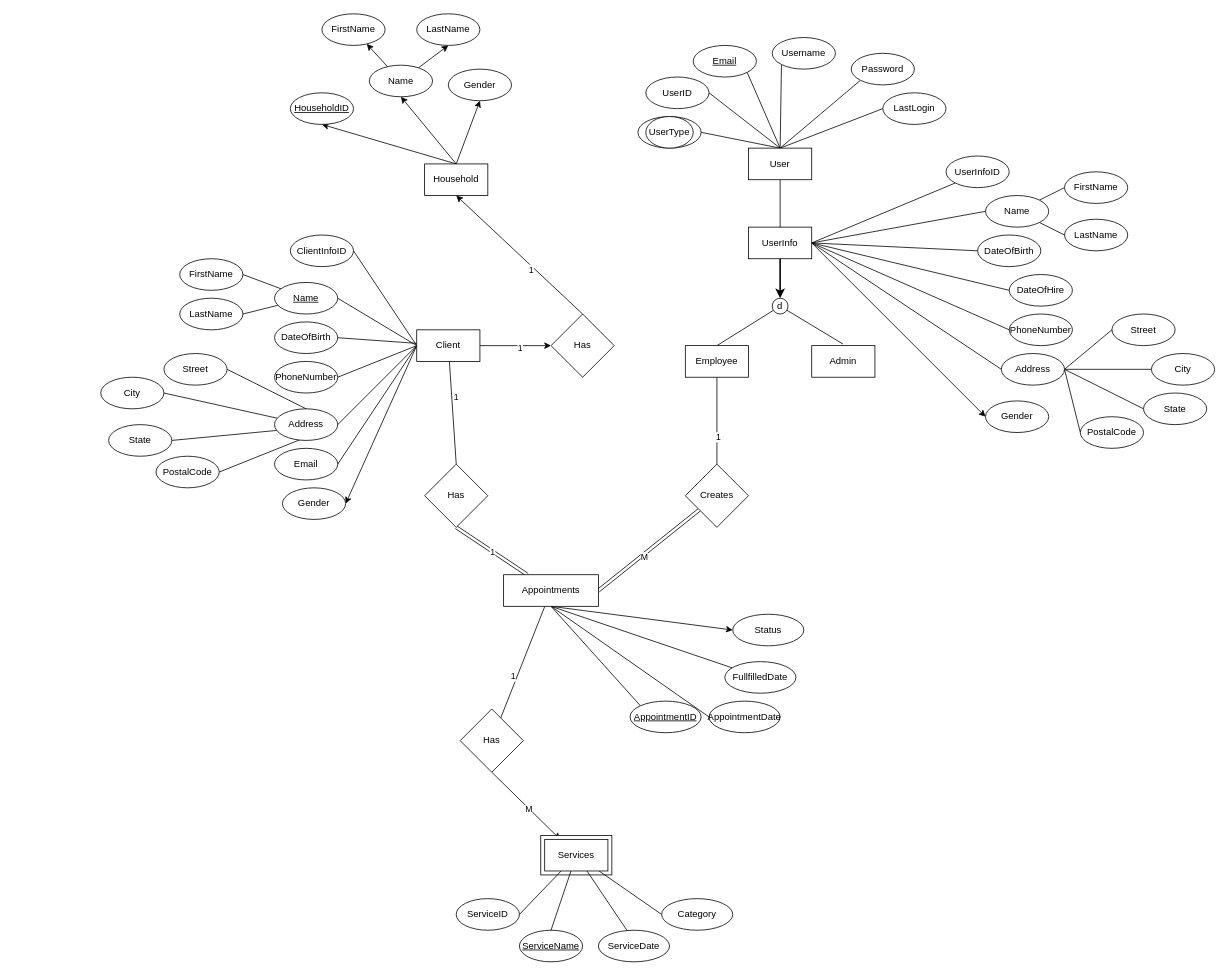
Above: docs/EER Client-intake-wa.drawio in cjonikes/client-intake-wa (draw.io), before the change. Source tidied: cells renumbered, new cells numbered last; positions are measured from the earlier drawing's top-left corner, leaving out a move shared by most shapes. Both pictures are drawn from the tidied source at 79%, with x=0, y=0 at pixel (100, 13).
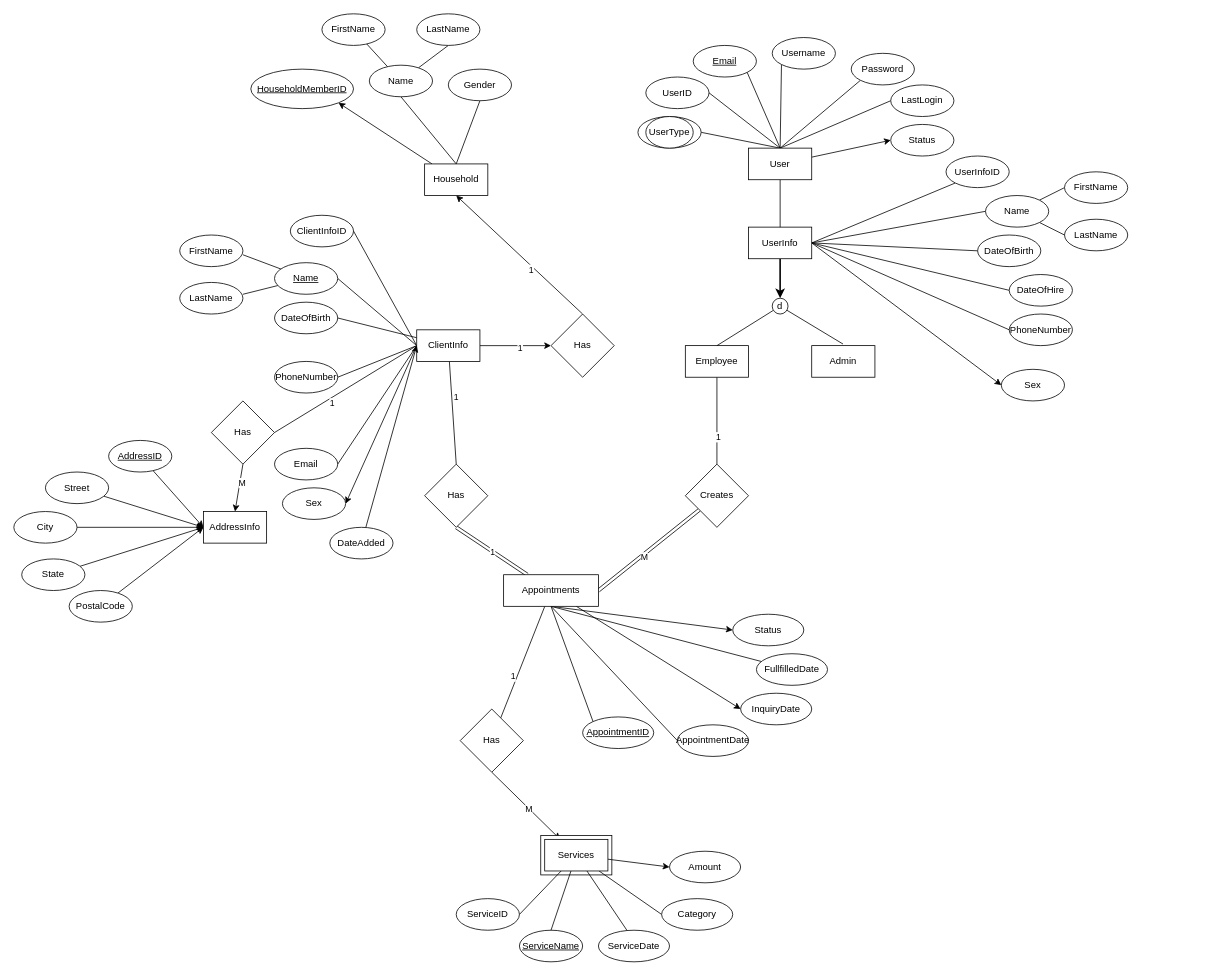
The same page after the edit.

Commit message (it also covers changes not shown here):
Schema, EER & EER2REL added.

The change refers to these unchanged cells:
```xml
<mxCell id="14" value="UserInfo" style="rounded=0;whiteSpace=wrap;html=1;" parent="1" vertex="1">
  <mxGeometry x="820" y="270" width="80" height="40" as="geometry" />
</mxCell>
<mxCell id="36" value="User" style="rounded=0;whiteSpace=wrap;html=1;" parent="1" vertex="1">
  <mxGeometry x="820" y="170" width="80" height="40" as="geometry" />
</mxCell>
<mxCell id="92" value="Appointments" style="rounded=0;whiteSpace=wrap;html=1;" parent="1" vertex="1">
  <mxGeometry x="510" y="710" width="120" height="40" as="geometry" />
</mxCell>
<mxCell id="98" value="Household" style="rounded=0;whiteSpace=wrap;html=1;" parent="1" vertex="1">
  <mxGeometry x="410" y="190" width="80" height="40" as="geometry" />
</mxCell>
<mxCell id="111" value="Services" style="rounded=0;whiteSpace=wrap;html=1;" parent="1" vertex="1">
  <mxGeometry x="562" y="1045" width="80" height="40" as="geometry" />
</mxCell>
<mxCell id="116" value="Name" style="ellipse;whiteSpace=wrap;html=1;" parent="1" vertex="1">
  <mxGeometry x="340" y="65" width="80" height="40" as="geometry" />
</mxCell>
<mxCell id="117" value="LastName" style="ellipse;whiteSpace=wrap;html=1;" parent="1" vertex="1">
  <mxGeometry x="400" width="80" height="40" as="geometry" />
</mxCell>
<mxCell id="118" value="FirstName" style="ellipse;whiteSpace=wrap;html=1;" parent="1" vertex="1">
  <mxGeometry x="280" width="80" height="40" as="geometry" />
</mxCell>
<mxCell id="124" value="Gender" style="ellipse;whiteSpace=wrap;html=1;" parent="1" vertex="1">
  <mxGeometry x="440" y="70" width="80" height="40" as="geometry" />
</mxCell>
```

The edit, as a diff of the source:
```diff
@@
-    <mxCell id="11" style="rounded=0;jettySize=auto;html=1;entryX=0;entryY=0.5;entryDx=0;entryDy=0;exitX=1;exitY=0.5;exitDx=0;exitDy=0;endArrow=none;startFill=0;" parent="1" edge="1" source="14" target="55">
-      <mxGeometry relative="1" as="geometry" />
-    </mxCell>
@@
-    <mxCell id="19" style="rounded=0;jettySize=auto;html=1;entryX=1;entryY=0.5;entryDx=0;entryDy=0;exitX=0;exitY=0.5;exitDx=0;exitDy=0;endArrow=none;startFill=0;" parent="1" edge="1" source="26" target="72">
+    <mxCell id="19" style="rounded=0;jettySize=auto;html=1;entryX=1;entryY=0.5;entryDx=0;entryDy=0;exitX=0;exitY=0.5;exitDx=0;exitDy=0;endArrow=none;startFill=0;" parent="1" edge="1" source="26" target="145">
       <mxGeometry relative="1" as="geometry" />
     </mxCell>
+    <mxCell id="127" value="1" style="edgeLabel;html=1;align=center;verticalAlign=middle;" parent="19" vertex="1">
+      <mxGeometry x="0.23" y="6" relative="1" as="geometry" />
+    </mxCell>
@@
-    <mxCell id="26" value="Client" style="rounded=0;whiteSpace=wrap;html=1;" parent="1" vertex="1">
+    <mxCell id="26" value="ClientInfo" style="rounded=0;whiteSpace=wrap;html=1;" parent="1" vertex="1">
       <mxGeometry x="400" y="400" width="80" height="40" as="geometry" />
     </mxCell>
@@
+    <mxCell id="128" style="edgeStyle=none;html=1;entryX=0;entryY=0.5;entryDx=0;entryDy=0;" parent="1" edge="1" source="36" target="136">
+      <mxGeometry relative="1" as="geometry" />
+    </mxCell>
@@
     <mxCell id="39" value="LastLogin" style="ellipse;whiteSpace=wrap;html=1;" parent="1" vertex="1">
-      <mxGeometry x="990" y="100" width="80" height="40" as="geometry" />
+      <mxGeometry x="1000" y="90" width="80" height="40" as="geometry" />
     </mxCell>
@@
-    <mxCell id="51" style="rounded=0;jettySize=auto;html=1;entryX=0;entryY=0.5;entryDx=0;entryDy=0;exitX=1;exitY=0.5;exitDx=0;exitDy=0;endArrow=none;startFill=0;" parent="1" edge="1" source="55" target="56">
-      <mxGeometry relative="1" as="geometry" />
-    </mxCell>
-    <mxCell id="52" style="rounded=0;jettySize=auto;html=1;entryX=0;entryY=0.5;entryDx=0;entryDy=0;endArrow=none;startFill=0;" parent="1" edge="1" source="55" target="57">
-      <mxGeometry relative="1" as="geometry" />
-    </mxCell>
-    <mxCell id="53" style="rounded=0;jettySize=auto;html=1;entryX=0;entryY=0.5;entryDx=0;entryDy=0;exitX=1;exitY=0.5;exitDx=0;exitDy=0;endArrow=none;startFill=0;" parent="1" edge="1" source="55" target="58">
-      <mxGeometry relative="1" as="geometry" />
-    </mxCell>
-    <mxCell id="54" style="rounded=0;jettySize=auto;html=1;entryX=0;entryY=0.5;entryDx=0;entryDy=0;exitX=1;exitY=0.5;exitDx=0;exitDy=0;endArrow=none;startFill=0;" parent="1" edge="1" source="55" target="59">
-      <mxGeometry relative="1" as="geometry" />
-    </mxCell>
-    <mxCell id="55" value="Address" style="ellipse;whiteSpace=wrap;html=1;" parent="1" vertex="1">
-      <mxGeometry x="1140" y="430" width="80" height="40" as="geometry" />
-    </mxCell>
-    <mxCell id="56" value="Street" style="ellipse;whiteSpace=wrap;html=1;" parent="1" vertex="1">
-      <mxGeometry x="1280" y="380" width="80" height="40" as="geometry" />
-    </mxCell>
-    <mxCell id="57" value="City" style="ellipse;whiteSpace=wrap;html=1;" parent="1" vertex="1">
-      <mxGeometry x="1330" y="430" width="80" height="40" as="geometry" />
-    </mxCell>
-    <mxCell id="58" value="State" style="ellipse;whiteSpace=wrap;html=1;" parent="1" vertex="1">
-      <mxGeometry x="1320" y="480" width="80" height="40" as="geometry" />
-    </mxCell>
-    <mxCell id="59" value="PostalCode" style="ellipse;whiteSpace=wrap;html=1;" parent="1" vertex="1">
-      <mxGeometry x="1240" y="510" width="80" height="40" as="geometry" />
-    </mxCell>
-    <mxCell id="60" style="rounded=0;jettySize=auto;html=1;entryX=1;entryY=0.5;entryDx=0;entryDy=0;endArrow=none;startFill=0;" parent="1" edge="1" source="62" target="65">
-      <mxGeometry relative="1" as="geometry" />
+    <mxCell id="60" style="rounded=0;jettySize=auto;html=1;entryX=1;entryY=0.5;entryDx=0;entryDy=0;endArrow=none;startFill=0;" parent="1" edge="1" source="62">
+      <mxGeometry relative="1" as="geometry">
+        <mxPoint x="180" y="305" as="targetPoint" />
+      </mxGeometry>
     </mxCell>
-    <mxCell id="61" style="rounded=0;jettySize=auto;html=1;entryX=1;entryY=0.5;entryDx=0;entryDy=0;endArrow=none;startFill=0;" parent="1" edge="1" source="62" target="64">
-      <mxGeometry relative="1" as="geometry" />
+    <mxCell id="61" style="rounded=0;jettySize=auto;html=1;entryX=1;entryY=0.5;entryDx=0;entryDy=0;endArrow=none;startFill=0;" parent="1" edge="1" source="62">
+      <mxGeometry relative="1" as="geometry">
+        <mxPoint x="180" y="355" as="targetPoint" />
+      </mxGeometry>
     </mxCell>
     <mxCell id="62" value="&lt;u&gt;Name&lt;/u&gt;" style="ellipse;whiteSpace=wrap;html=1;" parent="1" vertex="1">
-      <mxGeometry x="220" y="340" width="80" height="40" as="geometry" />
+      <mxGeometry x="220" y="315" width="80" height="40" as="geometry" />
     </mxCell>
     <mxCell id="63" value="ClientInfoID" style="ellipse;whiteSpace=wrap;html=1;" parent="1" vertex="1">
-      <mxGeometry x="240" y="280" width="80" height="40" as="geometry" />
+      <mxGeometry x="240" y="255" width="80" height="40" as="geometry" />
     </mxCell>
     <mxCell id="64" value="LastName" style="ellipse;whiteSpace=wrap;html=1;" parent="1" vertex="1">
-      <mxGeometry x="100" y="360" width="80" height="40" as="geometry" />
+      <mxGeometry x="100" y="340" width="80" height="40" as="geometry" />
     </mxCell>
     <mxCell id="65" value="FirstName" style="ellipse;whiteSpace=wrap;html=1;" parent="1" vertex="1">
-      <mxGeometry x="100" y="310" width="80" height="40" as="geometry" />
+      <mxGeometry x="100" y="280" width="80" height="40" as="geometry" />
     </mxCell>
     <mxCell id="66" value="DateOfBirth" style="ellipse;whiteSpace=wrap;html=1;" parent="1" vertex="1">
-      <mxGeometry x="220" y="390" width="80" height="40" as="geometry" />
+      <mxGeometry x="220" y="365" width="80" height="40" as="geometry" />
     </mxCell>
@@
-    <mxCell id="68" style="rounded=0;jettySize=auto;html=1;entryX=1;entryY=0.5;entryDx=0;entryDy=0;exitX=1;exitY=0.5;exitDx=0;exitDy=0;endArrow=none;startFill=0;" parent="1" edge="1" source="72" target="73">
-      <mxGeometry relative="1" as="geometry" />
-    </mxCell>
-    <mxCell id="69" style="rounded=0;jettySize=auto;html=1;entryX=1;entryY=0.5;entryDx=0;entryDy=0;endArrow=none;startFill=0;" parent="1" edge="1" source="72" target="74">
-      <mxGeometry relative="1" as="geometry" />
-    </mxCell>
-    <mxCell id="70" style="rounded=0;jettySize=auto;html=1;entryX=1;entryY=0.5;entryDx=0;entryDy=0;exitX=1;exitY=0.5;exitDx=0;exitDy=0;endArrow=none;startFill=0;" parent="1" edge="1" source="72" target="75">
-      <mxGeometry relative="1" as="geometry" />
-    </mxCell>
-    <mxCell id="71" style="rounded=0;jettySize=auto;html=1;entryX=1;entryY=0.5;entryDx=0;entryDy=0;exitX=1;exitY=0.5;exitDx=0;exitDy=0;endArrow=none;startFill=0;" parent="1" edge="1" source="72" target="76">
-      <mxGeometry relative="1" as="geometry" />
-    </mxCell>
-    <mxCell id="72" value="Address" style="ellipse;whiteSpace=wrap;html=1;" parent="1" vertex="1">
-      <mxGeometry x="220" y="500" width="80" height="40" as="geometry" />
-    </mxCell>
+    <mxCell id="129" style="edgeStyle=none;html=1;entryX=0;entryY=0.5;entryDx=0;entryDy=0;" parent="1" edge="1" source="73" target="142">
+      <mxGeometry relative="1" as="geometry" />
+    </mxCell>
     <mxCell id="73" value="Street" style="ellipse;whiteSpace=wrap;html=1;" parent="1" vertex="1">
-      <mxGeometry x="80" y="430" width="80" height="40" as="geometry" />
+      <mxGeometry x="-70" y="580" width="80" height="40" as="geometry" />
     </mxCell>
+    <mxCell id="130" style="edgeStyle=none;html=1;" parent="1" edge="1" source="74">
+      <mxGeometry relative="1" as="geometry">
+        <mxPoint x="130" y="650" as="targetPoint" />
+      </mxGeometry>
+    </mxCell>
     <mxCell id="74" value="City" style="ellipse;whiteSpace=wrap;html=1;" parent="1" vertex="1">
-      <mxGeometry y="460" width="80" height="40" as="geometry" />
+      <mxGeometry x="-110" y="630" width="80" height="40" as="geometry" />
     </mxCell>
+    <mxCell id="131" style="edgeStyle=none;html=1;entryX=0;entryY=0.5;entryDx=0;entryDy=0;" parent="1" edge="1" source="75" target="142">
+      <mxGeometry relative="1" as="geometry" />
+    </mxCell>
     <mxCell id="75" value="State" style="ellipse;whiteSpace=wrap;html=1;" parent="1" vertex="1">
-      <mxGeometry x="10" y="520" width="80" height="40" as="geometry" />
+      <mxGeometry x="-100" y="690" width="80" height="40" as="geometry" />
     </mxCell>
+    <mxCell id="132" style="edgeStyle=none;html=1;entryX=0;entryY=0.5;entryDx=0;entryDy=0;" parent="1" edge="1" source="76" target="142">
+      <mxGeometry relative="1" as="geometry" />
+    </mxCell>
     <mxCell id="76" value="PostalCode" style="ellipse;whiteSpace=wrap;html=1;" parent="1" vertex="1">
-      <mxGeometry x="70" y="560" width="80" height="40" as="geometry" />
+      <mxGeometry x="-40" y="730" width="80" height="40" as="geometry" />
     </mxCell>
@@
+    <mxCell id="133" style="edgeStyle=none;html=1;entryX=0;entryY=0.5;entryDx=0;entryDy=0;" parent="1" edge="1" source="92" target="141">
+      <mxGeometry relative="1" as="geometry" />
+    </mxCell>
@@
-    <mxCell id="95" style="rounded=0;jettySize=auto;html=1;entryX=0.5;entryY=1;entryDx=0;entryDy=0;exitX=0.5;exitY=0;exitDx=0;exitDy=0;" parent="1" edge="1" source="98" target="116">
+    <mxCell id="95" style="rounded=0;jettySize=auto;html=1;entryX=0.5;entryY=1;entryDx=0;entryDy=0;exitX=0.5;exitY=0;exitDx=0;exitDy=0;endArrow=none;endFill=0;" parent="1" edge="1" source="98" target="116">
       <mxGeometry relative="1" as="geometry" />
     </mxCell>
-    <mxCell id="96" style="rounded=0;jettySize=auto;html=1;entryX=0.5;entryY=1;entryDx=0;entryDy=0;exitX=0.5;exitY=0;exitDx=0;exitDy=0;" parent="1" edge="1" source="98" target="113">
-      <mxGeometry relative="1" as="geometry" />
-    </mxCell>
-    <mxCell id="97" style="rounded=0;jettySize=auto;html=1;entryX=0.5;entryY=1;entryDx=0;entryDy=0;exitX=0.5;exitY=0;exitDx=0;exitDy=0;" parent="1" edge="1" source="98" target="124">
+    <mxCell id="97" style="rounded=0;jettySize=auto;html=1;entryX=0.5;entryY=1;entryDx=0;entryDy=0;exitX=0.5;exitY=0;exitDx=0;exitDy=0;endArrow=none;endFill=0;" parent="1" edge="1" source="98" target="124">
       <mxGeometry relative="1" as="geometry" />
     </mxCell>
+    <mxCell id="134" style="edgeStyle=none;html=1;entryX=1;entryY=1;entryDx=0;entryDy=0;" parent="1" edge="1" source="98" target="138">
+      <mxGeometry relative="1" as="geometry" />
+    </mxCell>
@@
     <mxCell id="103" value="&lt;u&gt;AppointmentID&lt;/u&gt;" style="ellipse;whiteSpace=wrap;html=1;" parent="1" vertex="1">
-      <mxGeometry x="670" y="870" width="90" height="40" as="geometry" />
+      <mxGeometry x="610" y="890" width="90" height="40" as="geometry" />
     </mxCell>
     <mxCell id="104" value="AppointmentDate" style="ellipse;whiteSpace=wrap;html=1;" parent="1" vertex="1">
-      <mxGeometry x="770" y="870" width="90" height="40" as="geometry" />
+      <mxGeometry x="730" y="900" width="90" height="40" as="geometry" />
     </mxCell>
     <mxCell id="105" value="FullfilledDate" style="ellipse;whiteSpace=wrap;html=1;" parent="1" vertex="1">
-      <mxGeometry x="790" y="820" width="90" height="40" as="geometry" />
+      <mxGeometry x="830" y="810" width="90" height="40" as="geometry" />
     </mxCell>
@@
+    <mxCell id="135" style="edgeStyle=none;html=1;entryX=0;entryY=0.5;entryDx=0;entryDy=0;" parent="1" edge="1" source="111" target="137">
+      <mxGeometry relative="1" as="geometry" />
+    </mxCell>
@@
-    <mxCell id="113" value="&lt;u&gt;HouseholdID&lt;/u&gt;" style="ellipse;whiteSpace=wrap;html=1;" parent="1" vertex="1">
-      <mxGeometry x="240" y="100" width="80" height="40" as="geometry" />
-    </mxCell>
-    <mxCell id="114" style="rounded=0;jettySize=auto;html=1;" parent="1" edge="1" source="116" target="118">
+    <mxCell id="114" style="rounded=0;jettySize=auto;html=1;endArrow=none;endFill=0;" parent="1" edge="1" source="116" target="118">
       <mxGeometry relative="1" as="geometry" />
     </mxCell>
-    <mxCell id="115" style="rounded=0;jettySize=auto;html=1;entryX=0.5;entryY=1;entryDx=0;entryDy=0;" parent="1" edge="1" source="116" target="117">
+    <mxCell id="115" style="rounded=0;jettySize=auto;html=1;entryX=0.5;entryY=1;entryDx=0;entryDy=0;endArrow=none;endFill=0;" parent="1" edge="1" source="116" target="117">
       <mxGeometry relative="1" as="geometry" />
     </mxCell>
@@
-    <mxCell id="122" value="Gender" style="ellipse;whiteSpace=wrap;html=1;" parent="1" vertex="1">
+    <mxCell id="122" value="Sex" style="ellipse;whiteSpace=wrap;html=1;" parent="1" vertex="1">
       <mxGeometry x="230" y="600" width="80" height="40" as="geometry" />
     </mxCell>
-    <mxCell id="123" value="Gender" style="ellipse;whiteSpace=wrap;html=1;" parent="1" vertex="1">
-      <mxGeometry x="1120" y="490" width="80" height="40" as="geometry" />
+    <mxCell id="123" value="Sex" style="ellipse;whiteSpace=wrap;html=1;" parent="1" vertex="1">
+      <mxGeometry x="1140" y="450" width="80" height="40" as="geometry" />
     </mxCell>
@@
+    <mxCell id="136" value="Status" style="ellipse;whiteSpace=wrap;html=1;" parent="1" vertex="1">
+      <mxGeometry x="1000" y="140" width="80" height="40" as="geometry" />
+    </mxCell>
+    <mxCell id="137" value="Amount" style="ellipse;whiteSpace=wrap;html=1;" parent="1" vertex="1">
+      <mxGeometry x="720" y="1060" width="90" height="40" as="geometry" />
+    </mxCell>
+    <mxCell id="138" value="&lt;u&gt;HouseholdMemberID&lt;/u&gt;" style="ellipse;whiteSpace=wrap;html=1;" parent="1" vertex="1">
+      <mxGeometry x="190" y="70" width="130" height="50" as="geometry" />
+    </mxCell>
+    <mxCell id="139" style="edgeStyle=none;html=1;entryX=0;entryY=0.5;entryDx=0;entryDy=0;" parent="1" edge="1" source="140" target="26">
+      <mxGeometry relative="1" as="geometry" />
+    </mxCell>
+    <mxCell id="140" value="DateAdded" style="ellipse;whiteSpace=wrap;html=1;" parent="1" vertex="1">
+      <mxGeometry x="290" y="650" width="80" height="40" as="geometry" />
+    </mxCell>
+    <mxCell id="141" value="InquiryDate" style="ellipse;whiteSpace=wrap;html=1;" parent="1" vertex="1">
+      <mxGeometry x="810" y="860" width="90" height="40" as="geometry" />
+    </mxCell>
+    <mxCell id="142" value="AddressInfo" style="rounded=0;whiteSpace=wrap;html=1;" parent="1" vertex="1">
+      <mxGeometry x="130" y="630" width="80" height="40" as="geometry" />
+    </mxCell>
+    <mxCell id="143" style="edgeStyle=none;html=1;entryX=0.5;entryY=0;entryDx=0;entryDy=0;exitX=0.5;exitY=1;exitDx=0;exitDy=0;" parent="1" edge="1" source="145" target="142">
+      <mxGeometry relative="1" as="geometry" />
+    </mxCell>
+    <mxCell id="144" value="M" style="edgeLabel;html=1;align=center;verticalAlign=middle;" parent="143" vertex="1">
+      <mxGeometry x="-0.26" y="2" relative="1" as="geometry" />
+    </mxCell>
+    <mxCell id="145" value="Has" style="rhombus;whiteSpace=wrap;html=1;" parent="1" vertex="1">
+      <mxGeometry x="140" y="490" width="80" height="80" as="geometry" />
+    </mxCell>
+    <mxCell id="146" style="edgeStyle=none;html=1;entryX=0;entryY=0.5;entryDx=0;entryDy=0;" parent="1" edge="1" source="147" target="142">
+      <mxGeometry relative="1" as="geometry" />
+    </mxCell>
+    <mxCell id="147" value="&lt;u&gt;AddressID&lt;/u&gt;" style="ellipse;whiteSpace=wrap;html=1;" parent="1" vertex="1">
+      <mxGeometry x="10" y="540" width="80" height="40" as="geometry" />
+    </mxCell>
```
